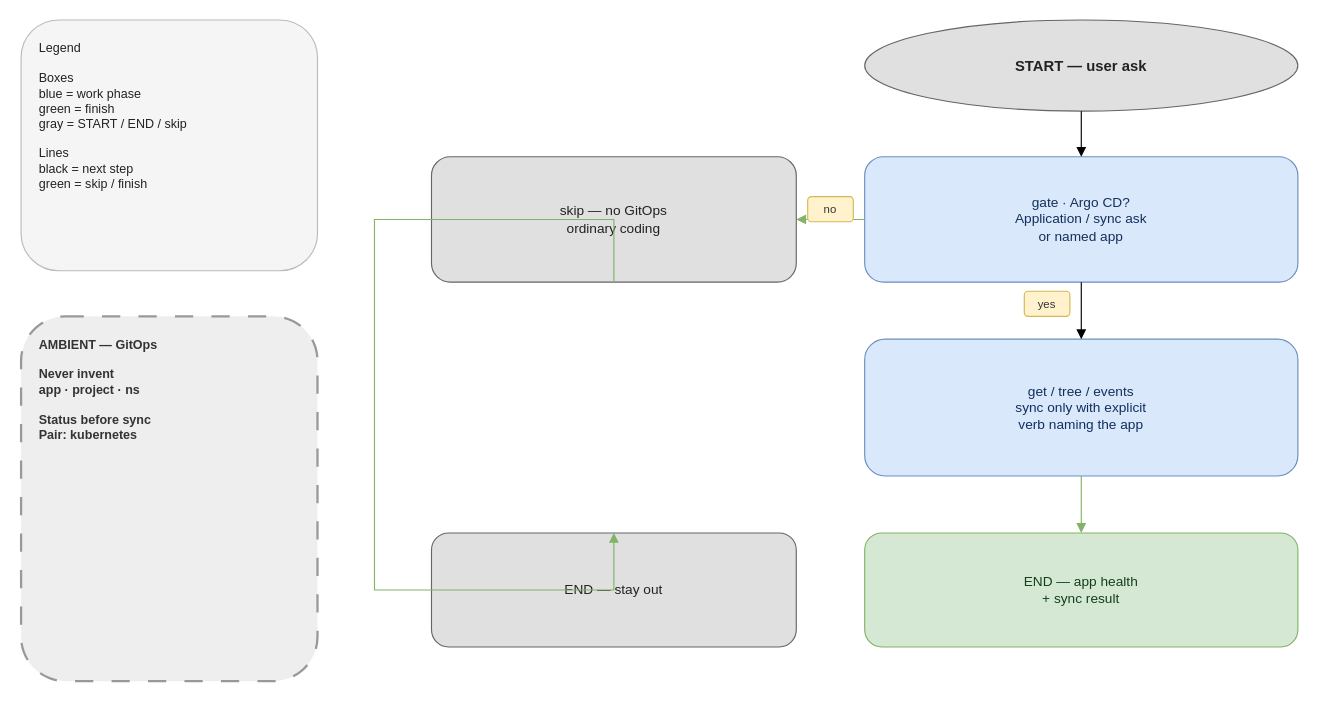
Above: plugins/argocd/docs/argocd-workflow.drawio in nodadyoushutup/marketplace (draw.io), before the change. Source tidied: cells renumbered, new cells numbered last; positions are measured from the earlier drawing's top-left corner, leaving out a move shared by most shapes. Both pictures are drawn from the tidied source at 114%, with x=0, y=0 at pixel (21, 19).
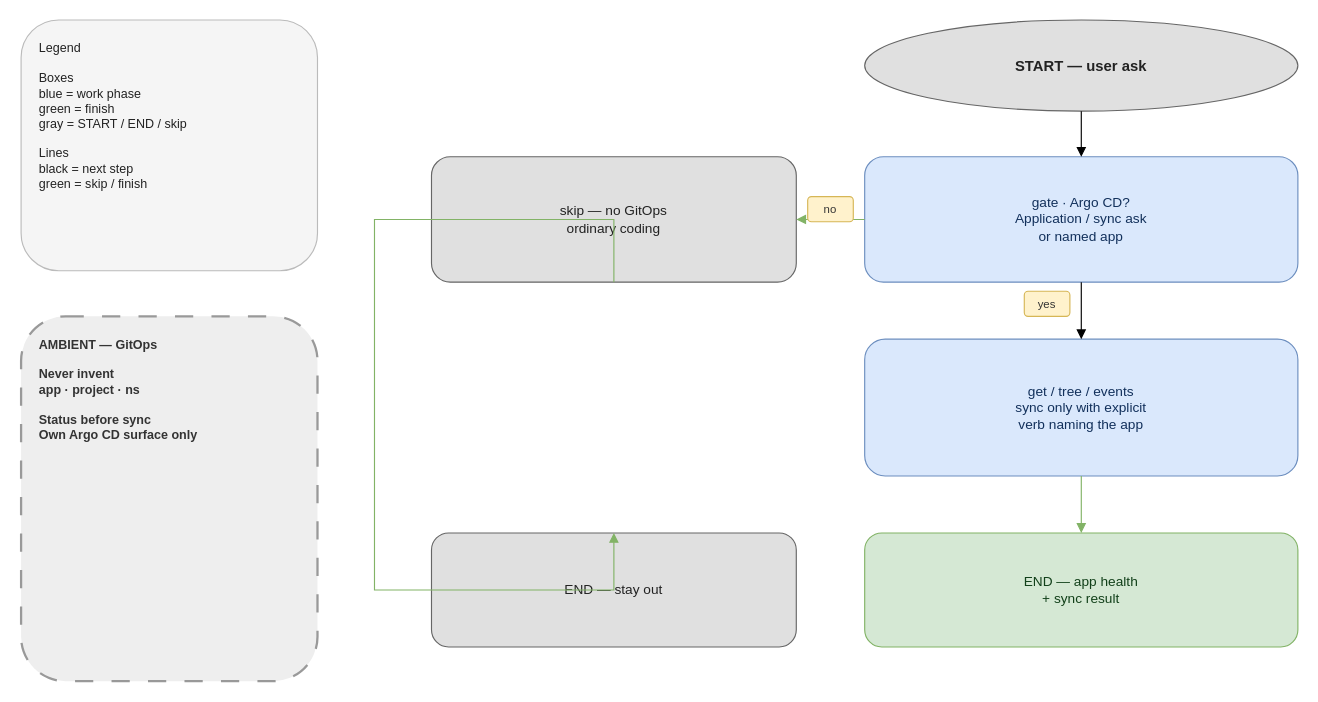
The same page after the edit.

What changed in the source:
```diff
@@
 <mxGraphModel>
   <root>
     <mxCell id="0" />
     <mxCell id="1" parent="0" />
     <mxCell id="2" value="Legend&#10;&#10;Boxes&#10;blue = work phase&#10;green = finish&#10;gray = START / END / skip&#10;&#10;Lines&#10;black = next step&#10;green = skip / finish" style="rounded=1;whiteSpace=wrap;html=1;align=left;verticalAlign=top;spacingLeft=14;spacingRight=14;spacingTop=12;spacingBottom=12;fontSize=11;fillColor=#f5f5f5;strokeColor=#bbbbbb;fontColor=#222222;" parent="1" vertex="1">
       <mxGeometry width="260" height="220" as="geometry" />
     </mxCell>
-    <mxCell id="3" value="AMBIENT — GitOps&#10;&#10;Never invent&#10;app · project · ns&#10;&#10;Status before sync&#10;Pair: kubernetes" style="rounded=1;whiteSpace=wrap;html=1;dashed=1;dashPattern=8 8;align=left;verticalAlign=top;spacingLeft=14;spacingRight=14;spacingTop=12;spacingBottom=12;fontSize=11;fontStyle=1;fillColor=#eeeeee;strokeColor=#999999;strokeWidth=2;fontColor=#333333;" parent="1" vertex="1">
+    <mxCell id="3" value="AMBIENT — GitOps&#10;&#10;Never invent&#10;app · project · ns&#10;&#10;Status before sync&#10;Own Argo CD surface only" style="rounded=1;whiteSpace=wrap;html=1;dashed=1;dashPattern=8 8;align=left;verticalAlign=top;spacingLeft=14;spacingRight=14;spacingTop=12;spacingBottom=12;fontSize=11;fontStyle=1;fillColor=#eeeeee;strokeColor=#999999;strokeWidth=2;fontColor=#333333;" parent="1" vertex="1">
       <mxGeometry y="260" width="260" height="320" as="geometry" />
     </mxCell>
     <mxCell id="4" value="START — user ask" style="ellipse;whiteSpace=wrap;html=1;align=center;verticalAlign=middle;fontSize=13;fontStyle=1;fillColor=#e0e0e0;strokeColor=#666666;fontColor=#222222;" parent="1" vertex="1">
       <mxGeometry x="740" width="380" height="80" as="geometry" />
     </mxCell>
     <mxCell id="5" value="gate · Argo CD?&#10;Application / sync ask&#10;or named app" style="rounded=1;whiteSpace=wrap;html=1;align=center;verticalAlign=middle;spacingLeft=12;spacingRight=12;fontSize=12;fillColor=#dae8fc;strokeColor=#6c8ebf;fontColor=#12305B;" parent="1" vertex="1">
       <mxGeometry x="740" y="120" width="380" height="110" as="geometry" />
     </mxCell>
     <mxCell id="6" value="skip — no GitOps&#10;ordinary coding" style="rounded=1;whiteSpace=wrap;html=1;align=center;verticalAlign=middle;spacingLeft=12;spacingRight=12;fontSize=12;fillColor=#e0e0e0;strokeColor=#666666;fontColor=#222222;" parent="1" vertex="1">
       <mxGeometry x="360" y="120" width="320" height="110" as="geometry" />
     </mxCell>
     <mxCell id="7" value="get / tree / events&#10;sync only with explicit&#10;verb naming the app" style="rounded=1;whiteSpace=wrap;html=1;align=center;verticalAlign=middle;spacingLeft=12;spacingRight=12;fontSize=12;fillColor=#dae8fc;strokeColor=#6c8ebf;fontColor=#12305B;" parent="1" vertex="1">
       <mxGeometry x="740" y="280" width="380" height="120" as="geometry" />
     </mxCell>
     <mxCell id="8" value="END — app health&#10;+ sync result" style="rounded=1;whiteSpace=wrap;html=1;align=center;verticalAlign=middle;spacingLeft=12;spacingRight=12;fontSize=12;fillColor=#d5e8d4;strokeColor=#82b366;fontColor=#12401A;" parent="1" vertex="1">
       <mxGeometry x="740" y="450" width="380" height="100" as="geometry" />
     </mxCell>
     <mxCell id="9" value="END — stay out" style="rounded=1;whiteSpace=wrap;html=1;align=center;verticalAlign=middle;spacingLeft=12;spacingRight=12;fontSize=12;fillColor=#e0e0e0;strokeColor=#666666;fontColor=#222222;" parent="1" vertex="1">
       <mxGeometry x="360" y="450" width="320" height="100" as="geometry" />
     </mxCell>
     <mxCell id="10" style="edgeStyle=orthogonalEdgeStyle;rounded=0;html=1;endArrow=block;jumpStyle=arc;jumpSize=10;exitX=0.5;exitY=1;entryX=0.5;entryY=0;" parent="1" edge="1" source="4" target="5">
       <mxGeometry relative="1" as="geometry" />
     </mxCell>
     <mxCell id="11" style="edgeStyle=orthogonalEdgeStyle;rounded=0;html=1;endArrow=block;jumpStyle=arc;jumpSize=10;strokeColor=#82b366;exitX=0;exitY=0.5;entryX=1;entryY=0.5;" parent="1" edge="1" source="5" target="6">
       <mxGeometry relative="1" as="geometry" />
     </mxCell>
     <mxCell id="12" value="no" style="rounded=1;whiteSpace=wrap;html=1;align=center;verticalAlign=middle;fontSize=10;fillColor=#fff2cc;strokeColor=#d6b656;fontColor=#333333;" parent="1" vertex="1">
       <mxGeometry x="690" y="155" width="40" height="22" as="geometry" />
     </mxCell>
     <mxCell id="13" style="edgeStyle=orthogonalEdgeStyle;rounded=0;html=1;endArrow=block;jumpStyle=arc;jumpSize=10;exitX=0.5;exitY=1;entryX=0.5;entryY=0;" parent="1" edge="1" source="5" target="7">
       <mxGeometry relative="1" as="geometry" />
     </mxCell>
     <mxCell id="14" value="yes" style="rounded=1;whiteSpace=wrap;html=1;align=center;verticalAlign=middle;fontSize=10;fillColor=#fff2cc;strokeColor=#d6b656;fontColor=#333333;" parent="1" vertex="1">
       <mxGeometry x="880" y="238" width="40" height="22" as="geometry" />
     </mxCell>
     <mxCell id="15" style="edgeStyle=orthogonalEdgeStyle;rounded=0;html=1;endArrow=block;jumpStyle=arc;jumpSize=10;strokeColor=#82b366;exitX=0.5;exitY=1;entryX=0.5;entryY=0;" parent="1" edge="1" source="7" target="8">
       <mxGeometry relative="1" as="geometry" />
     </mxCell>
     <mxCell id="16" style="edgeStyle=orthogonalEdgeStyle;rounded=0;html=1;endArrow=block;jumpStyle=arc;jumpSize=10;strokeColor=#82b366;exitX=0.5;exitY=1;entryX=0.5;entryY=0;" parent="1" edge="1" source="6" target="9">
       <mxGeometry relative="1" as="geometry">
         <Array as="points">
           <mxPoint x="310" y="175" />
           <mxPoint x="310" y="500" />
         </Array>
       </mxGeometry>
     </mxCell>
   </root>
 </mxGraphModel>
```
